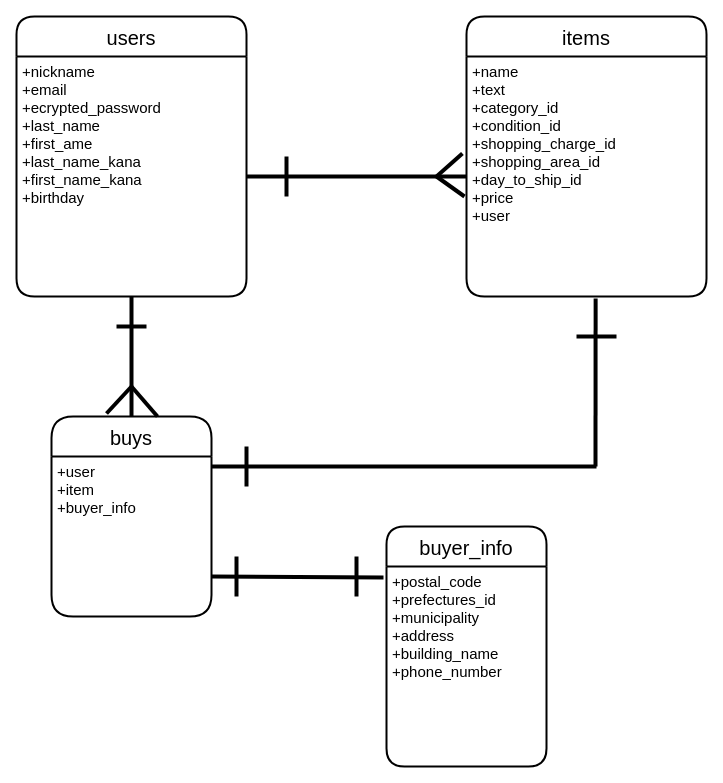
tnakamura0314/furima-34460 keeps this draw.io diagram as furima.dio. Above is the earlier version. Source tidied: cells renumbered, new cells numbered last; positions are measured from the earlier drawing's top-left corner, leaving out a move shared by most shapes. Both pictures are drawn from the tidied source at 100%, with x=0, y=0 at pixel (16, 16).
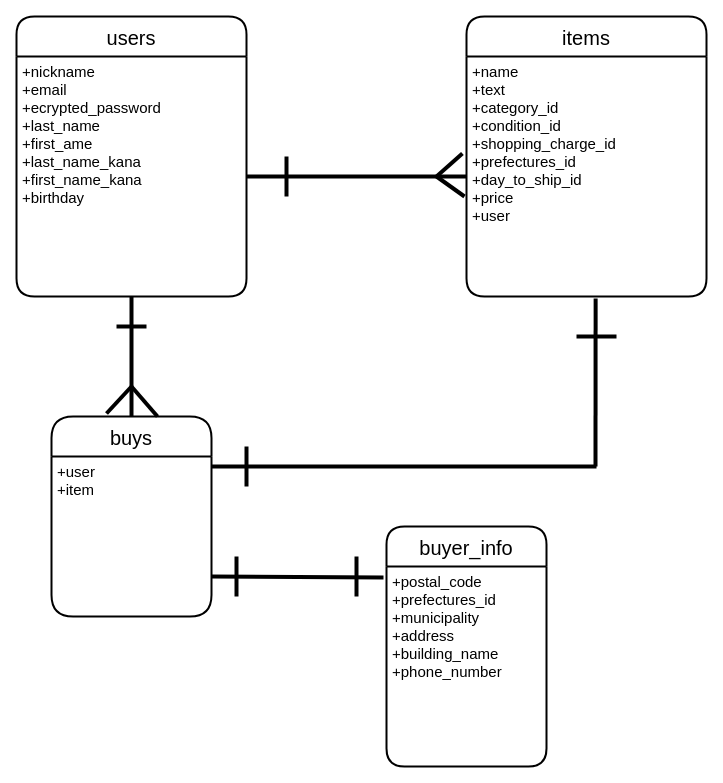
The same diagram, later.

Commit message (it also covers changes not shown here):
ER図/READMEの修正3

The change refers to these unchanged cells:
```xml
<mxCell id="4" value="items" style="swimlane;horizontal=1;startSize=40;rounded=1;fontSize=20;fontStyle=0;strokeWidth=2;shadow=0;dashed=0;align=center;" parent="1" vertex="1">
  <mxGeometry x="450" width="240" height="280" as="geometry" />
</mxCell>
<mxCell id="6" value="buys" style="swimlane;horizontal=1;startSize=40;rounded=1;fontSize=20;fontStyle=0;strokeWidth=2;shadow=0;dashed=0;align=center;arcSize=18;" parent="1" vertex="1">
  <mxGeometry x="35" y="400" width="160" height="200" as="geometry" />
</mxCell>
```

The edit, as a diff of the source:
```diff
@@
-    <mxCell id="5" value="+name&#10;+text&#10;+category_id&#10;+condition_id&#10;+shopping_charge_id&#10;+shopping_area_id&#10;+day_to_ship_id&#10;+price&#10;+user&#10;" style="align=left;strokeColor=none;fillColor=none;spacingLeft=4;fontSize=15;verticalAlign=top;" parent="4" vertex="1">
+    <mxCell id="5" value="+name&#10;+text&#10;+category_id&#10;+condition_id&#10;+shopping_charge_id&#10;+prefectures_id&#10;+day_to_ship_id&#10;+price&#10;+user&#10;" style="align=left;strokeColor=none;fillColor=none;spacingLeft=4;fontSize=15;verticalAlign=top;" parent="4" vertex="1">
       <mxGeometry y="40" width="240" height="240" as="geometry" />
     </mxCell>
@@
-    <mxCell id="7" value="+user&#10;+item&#10;+buyer_info" style="align=left;strokeColor=none;fillColor=none;spacingLeft=4;fontSize=15;verticalAlign=top;" parent="6" vertex="1">
+    <mxCell id="7" value="+user&#10;+item" style="align=left;strokeColor=none;fillColor=none;spacingLeft=4;fontSize=15;verticalAlign=top;" parent="6" vertex="1">
       <mxGeometry y="40" width="160" height="160" as="geometry" />
     </mxCell>
```
